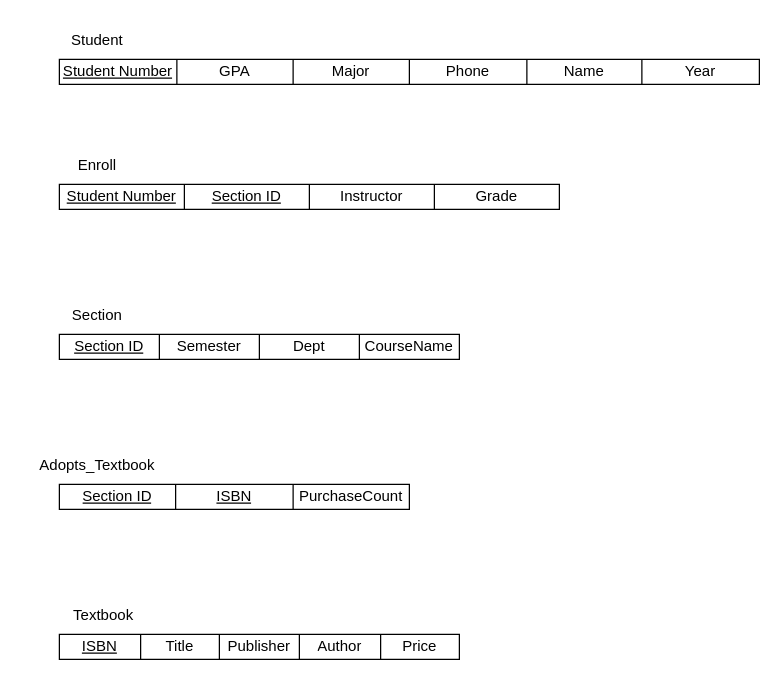
Before: 제목 없는 다이어그램.drawio in Sion99/C-Programming-for-Beginners, a draw.io diagram. Source tidied: cells renumbered, new cells numbered last; positions are measured from the earlier drawing's top-left corner, leaving out a move shared by most shapes. Both pictures are drawn from the tidied source at 125%, with x=0, y=0 at pixel (21, 21).
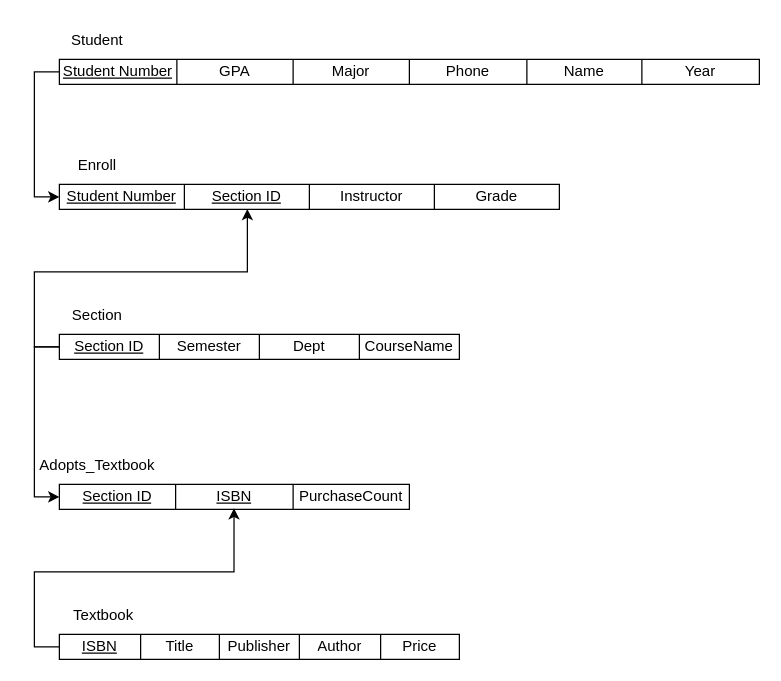
The same diagram, later.

Commit message (it also covers changes not shown here):
제목 없는 다이어그램.drawio 업데이트

Unchanged cells that the change refers to:
```xml
<mxCell id="3" style="shape=tableRow;horizontal=0;startSize=0;swimlaneHead=0;swimlaneBody=0;top=0;left=0;bottom=0;right=0;fillColor=none;points=[[0,0.5],[1,0.5]];portConstraint=eastwest;" parent="2" vertex="1">
  <mxGeometry width="560" height="20" as="geometry" />
</mxCell>
<mxCell id="12" style="shape=tableRow;horizontal=0;startSize=0;swimlaneHead=0;swimlaneBody=0;top=0;left=0;bottom=0;right=0;fillColor=none;points=[[0,0.5],[1,0.5]];portConstraint=eastwest;" parent="11" vertex="1">
  <mxGeometry width="320" height="20" as="geometry" />
</mxCell>
<mxCell id="19" style="shape=tableRow;horizontal=0;startSize=0;swimlaneHead=0;swimlaneBody=0;top=0;left=0;bottom=0;right=0;fillColor=none;points=[[0,0.5],[1,0.5]];portConstraint=eastwest;" parent="18" vertex="1">
  <mxGeometry width="320" height="20" as="geometry" />
</mxCell>
<mxCell id="27" style="shape=tableRow;horizontal=0;startSize=0;swimlaneHead=0;swimlaneBody=0;top=0;left=0;bottom=0;right=0;fillColor=none;points=[[0,0.5],[1,0.5]];portConstraint=eastwest;" parent="26" vertex="1">
  <mxGeometry width="400" height="20" as="geometry" />
</mxCell>
<mxCell id="34" style="shape=tableRow;horizontal=0;startSize=0;swimlaneHead=0;swimlaneBody=0;top=0;left=0;bottom=0;right=0;fillColor=none;points=[[0,0.5],[1,0.5]];portConstraint=eastwest;" parent="33" vertex="1">
  <mxGeometry width="280" height="20" as="geometry" />
</mxCell>
```

The edit, as a diff of the source:
```diff
@@
+    <mxCell id="39" style="edgeStyle=orthogonalEdgeStyle;rounded=0;jettySize=auto;html=1;exitX=0;exitY=0.5;exitDx=0;exitDy=0;entryX=0;entryY=0.5;entryDx=0;entryDy=0;" parent="1" edge="1" source="3" target="27">
+      <mxGeometry relative="1" as="geometry" />
+    </mxCell>
+    <mxCell id="40" style="edgeStyle=orthogonalEdgeStyle;rounded=0;jettySize=auto;html=1;exitX=0;exitY=0.5;exitDx=0;exitDy=0;entryX=0.376;entryY=0.986;entryDx=0;entryDy=0;entryPerimeter=0;" parent="1" edge="1" source="12" target="27">
+      <mxGeometry relative="1" as="geometry" />
+    </mxCell>
+    <mxCell id="41" style="edgeStyle=orthogonalEdgeStyle;rounded=0;jettySize=auto;html=1;exitX=0;exitY=0.5;exitDx=0;exitDy=0;entryX=0;entryY=0.5;entryDx=0;entryDy=0;" parent="1" edge="1" source="12" target="34">
+      <mxGeometry relative="1" as="geometry" />
+    </mxCell>
+    <mxCell id="42" style="edgeStyle=orthogonalEdgeStyle;rounded=0;jettySize=auto;html=1;exitX=0;exitY=0.5;exitDx=0;exitDy=0;entryX=0.499;entryY=0.957;entryDx=0;entryDy=0;entryPerimeter=0;" parent="1" edge="1" source="19" target="34">
+      <mxGeometry relative="1" as="geometry" />
+    </mxCell>
```
